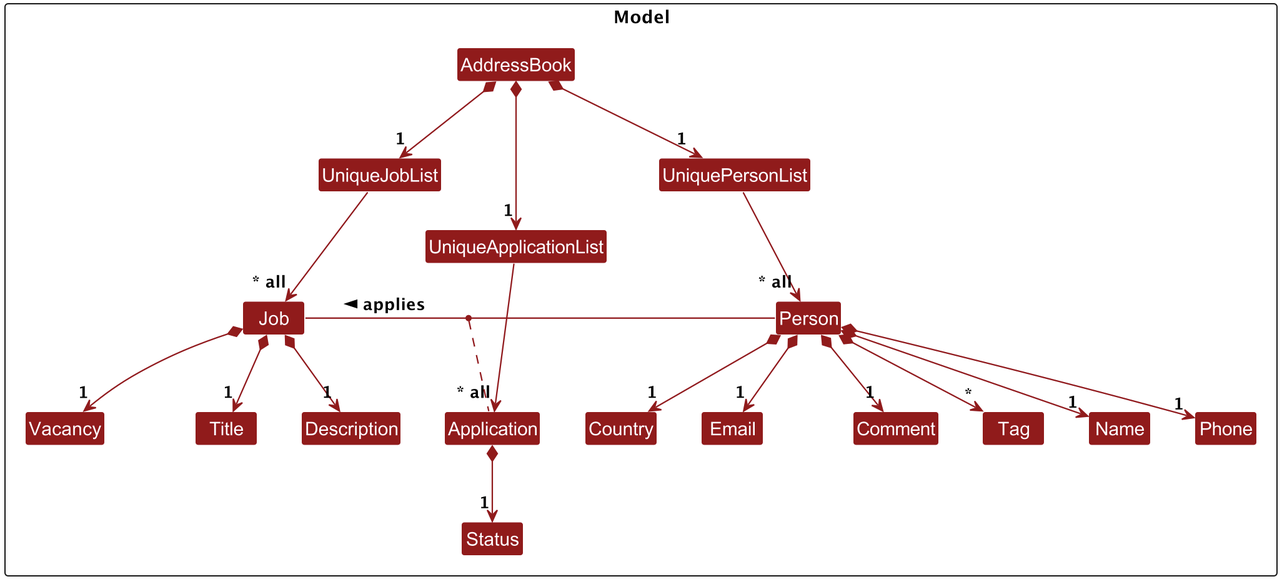
Above: docs/images/ModelClassAttributeDiagram.png in leeweiming3/tp (PlantUML), before the change. Its source is kept beside it as docs/diagrams/ModelClassAttributeDiagram.puml.
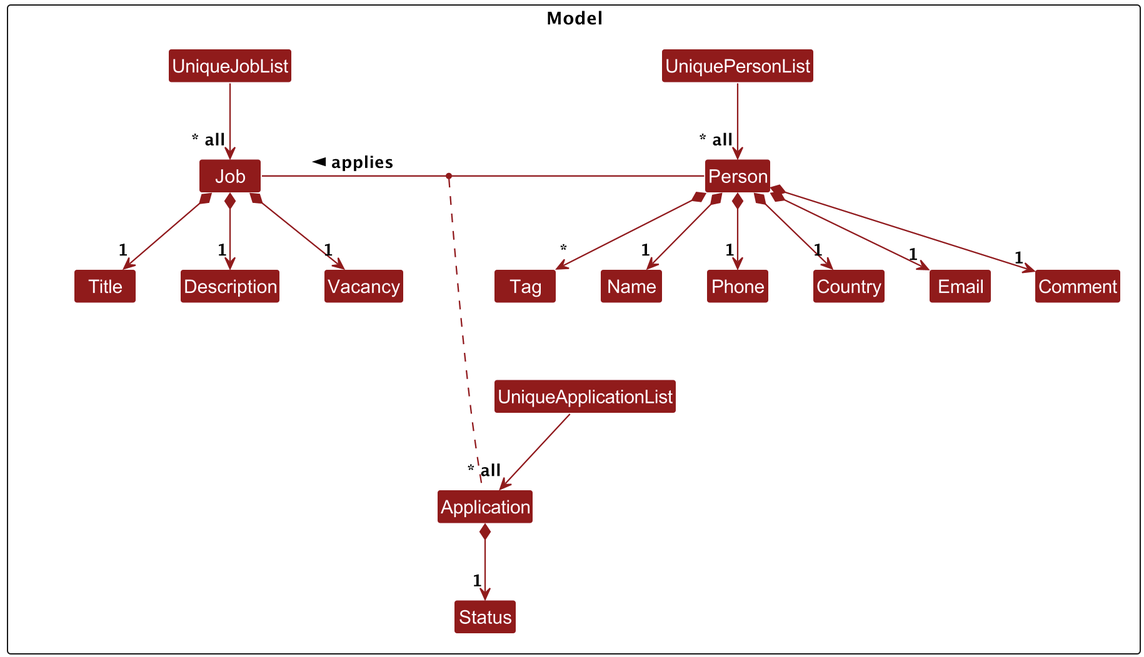
Above is the later version.

Commit message:
Fix UML for model component

What changed in the source:
```diff
@@ -5,8 +5,6 @@
 skinparam classBackgroundColor MODEL_COLOR
 
 Package Model as ModelPackage <<Rectangle>>{
-
-Class AddressBook
 
 Class UniquePersonList
 
@@ -32,7 +30,6 @@
 
 Class I #FFFFFF
 }
-AddressBook *--> "1" UniquePersonList
 UniquePersonList --> "~* all" Person
 Person *--> "1" Name
 Person *--> "1" Phone
@@ -41,17 +38,16 @@
 Person *--> "1" Comment
 Person *--> "*" Tag
 
-Person -[hidden]right--> I
 
 Name -[hidden]right-> Phone
 Phone -[hidden]right-> Country
 Country -[hidden]right-> Email
 
-AddressBook *--> "1" UniqueApplicationList
 UniqueApplicationList --> "~* all" Application
 Application *--> "1" Status
 
-AddressBook *--> "1" UniqueJobList
+UniqueApplicationList -[hidden]left--> I
+
 UniqueJobList --> "~* all" Job
 Job *--> "1" Title
 Job *--> "1" Description
```
